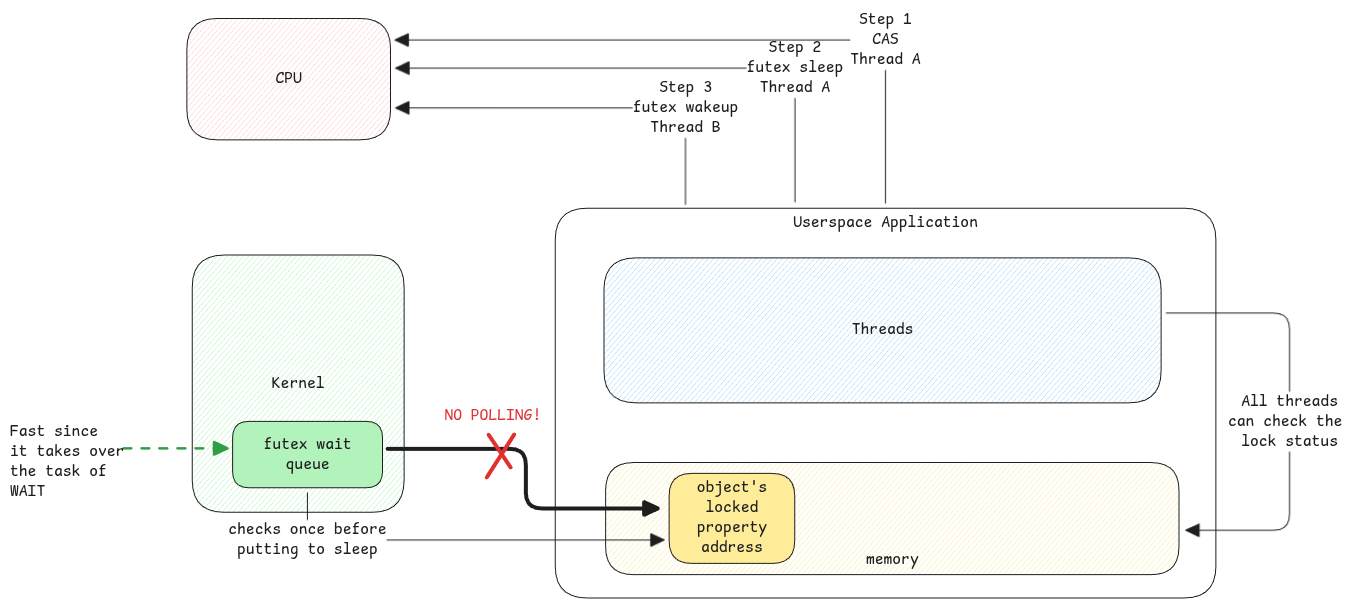
swaroopar/inprogress-engineer keeps this Excalidraw diagram as static/img/computers-threads-futex.excalidraw.png. Above is the earlier version. Source tidied: one line per element, renumbered; positions are measured from the earlier drawing's top-left corner, leaving out a move shared by most shapes.
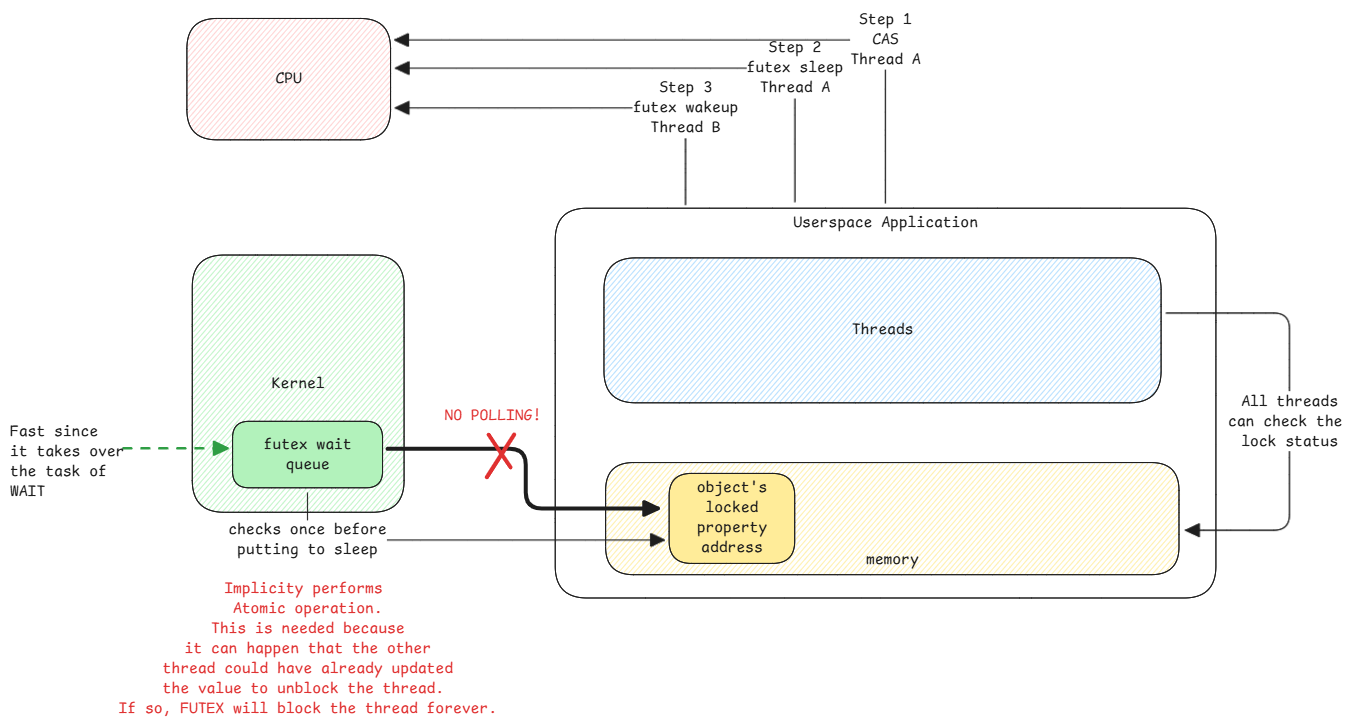
Above is the later version.

The edit, as a diff of the source:
```diff
@@ -9,7 +9,7 @@
 {"id": 8, "type": "rectangle", "strokeColor": "#1e1e1e", "backgroundColor": "#b2f2bb", "fillStyle": "solid", "strokeWidth": 1, "roughness": 0, "round": true, "x": 223, "y": 411, "width": 150, "height": 66}
 {"id": 9, "type": "text", "text": "futex wait\nqueue", "strokeColor": "#1e1e1e", "strokeWidth": 1, "roughness": 0, "fontSize": 16, "fontFamily": 8, "textAlign": "center", "verticalAlign": "middle", "inside": 8, "x": 254, "y": 425, "width": 88, "height": 40}
 {"id": 10, "type": "arrow", "strokeColor": "#1e1e1e", "strokeWidth": 1, "roughness": 0, "endArrowhead": "triangle", "from": 8, "to": 12, "x": 297, "y": 483, "width": 357, "height": 47, "points": [[0, 0], [0, 47], [357, 47]]}
-{"id": 11, "type": "text", "text": "checks once before\nputting to sleep", "strokeColor": "#1e1e1e", "strokeWidth": 1, "roughness": 0, "fontSize": 16, "fontFamily": 8, "textAlign": "center", "verticalAlign": "middle", "inside": 10, "x": 218, "y": 523, "width": 158, "height": 40}
+{"id": 11, "type": "text", "text": "checks once before\nputting to sleep", "strokeColor": "#1e1e1e", "strokeWidth": 1, "roughness": 0, "fontSize": 16, "fontFamily": 8, "textAlign": "center", "verticalAlign": "middle", "inside": 10, "x": 218, "y": 510, "width": 158, "height": 40}
 {"id": 12, "type": "rectangle", "strokeColor": "#1e1e1e", "backgroundColor": "#ffec99", "fillStyle": "solid", "strokeWidth": 1, "roughness": 0, "round": true, "x": 659, "y": 463, "width": 126, "height": 90}
 {"id": 13, "type": "text", "text": "object's\nlocked\nproperty\naddress", "strokeColor": "#1e1e1e", "strokeWidth": 1, "roughness": 0, "fontSize": 16, "fontFamily": 8, "textAlign": "center", "verticalAlign": "middle", "inside": 12, "x": 687, "y": 468, "width": 70, "height": 80}
 {"id": 14, "type": "rectangle", "strokeColor": "#1e1e1e", "backgroundColor": "#ffc9c9", "fillStyle": "hachure", "strokeWidth": 1, "roughness": 0, "round": true, "x": 177, "y": 8, "width": 204, "height": 121}
@@ -28,3 +28,4 @@
 {"id": 27, "type": "line", "strokeColor": "#e03131", "backgroundColor": "#a5d8ff", "fillStyle": "hachure", "strokeWidth": 4, "roughness": 0, "round": true, "x": 504, "y": 424, "width": 27, "height": 43, "points": [[0, 0], [-27, 43]]}
 {"id": 28, "type": "line", "strokeColor": "#e03131", "backgroundColor": "#a5d8ff", "fillStyle": "hachure", "strokeWidth": 4, "roughness": 0, "round": true, "x": 479, "y": 425, "width": 22, "height": 33, "points": [[0, 0], [22, 33]]}
 {"id": 29, "type": "text", "text": "NO POLLING!", "strokeColor": "#e03131", "backgroundColor": "#a5d8ff", "fillStyle": "hachure", "strokeWidth": 4, "roughness": 0, "fontSize": 16, "fontFamily": 8, "x": 434, "y": 396, "width": 97, "height": 20}
+{"id": 30, "type": "text", "text": "Implicity performs \nAtomic operation.\nThis is needed because\nit can happen that the other\nthread could have already updated\nthe value to unblock the thread. \nIf so, FUTEX will block the thread forever.", "strokeColor": "#e03131", "strokeWidth": 2, "roughness": 1, "fontSize": 16, "fontFamily": 8, "textAlign": "center", "x": 109, "y": 569, "width": 378, "height": 140}
```
